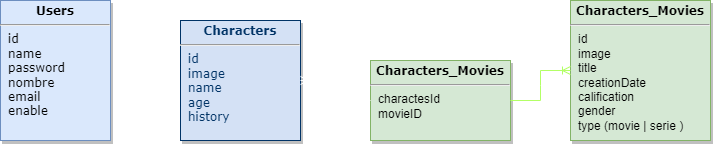
This is db.png from alekusa/api_nodejs, a draw.io export, as it was before one commit. Source tidied: cells renumbered, new cells last; positions are measured from the earlier drawing's top-left corner, leaving out a move shared by most shapes.
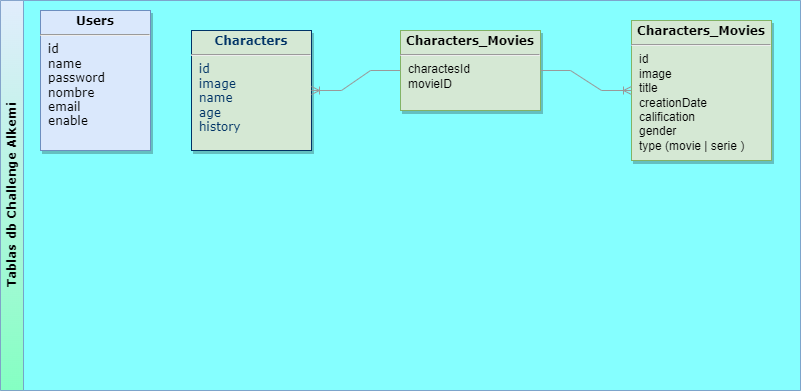
Above is the later version.

What changed in the source:
```diff
@@ -2,22 +2,25 @@
   <root>
     <mxCell id="0" />
     <mxCell id="1" parent="0" />
+    <mxCell id="8" value="Tablas db Challenge Alkemi" style="swimlane;horizontal=0;whiteSpace=wrap;html=1;fontFamily=Verdana;glass=0;opacity=80;fillColor=#dae8fc;strokeColor=#6c8ebf;fillStyle=auto;gradientColor=#66FFB3;swimlaneFillColor=#66FFFF;" parent="1" vertex="1">
+      <mxGeometry x="-11" width="800" height="390" as="geometry" />
+    </mxCell>
-    <mxCell id="2" value="&lt;p style=&quot;margin: 4px 0px 0px; text-align: center;&quot;&gt;&lt;strong style=&quot;&quot;&gt;Users&lt;/strong&gt;&lt;/p&gt;&lt;hr&gt;&lt;p style=&quot;margin: 0px; margin-left: 8px;&quot;&gt;id&lt;/p&gt;&lt;p style=&quot;margin: 0px; margin-left: 8px;&quot;&gt;name&lt;/p&gt;&lt;p style=&quot;margin: 0px; margin-left: 8px;&quot;&gt;password&lt;/p&gt;&lt;p style=&quot;margin: 0px; margin-left: 8px;&quot;&gt;&lt;span style=&quot;background-color: initial;&quot;&gt;nombre&lt;/span&gt;&lt;/p&gt;&lt;p style=&quot;margin: 0px; margin-left: 8px;&quot;&gt;&lt;span style=&quot;background-color: initial;&quot;&gt;email&lt;/span&gt;&lt;br&gt;&lt;/p&gt;&lt;p style=&quot;margin: 0px; margin-left: 8px;&quot;&gt;&lt;span style=&quot;background-color: initial;&quot;&gt;enable&lt;/span&gt;&lt;/p&gt;&lt;p style=&quot;margin: 0px; margin-left: 8px;&quot;&gt;&lt;span style=&quot;background-color: initial;&quot;&gt;&lt;br&gt;&lt;/span&gt;&lt;/p&gt;" style="verticalAlign=top;align=left;overflow=fill;fontSize=12;fontFamily=Verdana;html=1;strokeColor=#6c8ebf;shadow=1;fillColor=#dae8fc;direction=west;flipH=0;flipV=1;" parent="1" vertex="1">
-      <mxGeometry width="110" height="140" as="geometry" />
+    <mxCell id="2" value="&lt;p style=&quot;margin: 4px 0px 0px; text-align: center;&quot;&gt;&lt;strong style=&quot;&quot;&gt;Users&lt;/strong&gt;&lt;/p&gt;&lt;hr&gt;&lt;p style=&quot;margin: 0px; margin-left: 8px;&quot;&gt;id&lt;/p&gt;&lt;p style=&quot;margin: 0px; margin-left: 8px;&quot;&gt;name&lt;/p&gt;&lt;p style=&quot;margin: 0px; margin-left: 8px;&quot;&gt;password&lt;/p&gt;&lt;p style=&quot;margin: 0px; margin-left: 8px;&quot;&gt;&lt;span style=&quot;background-color: initial;&quot;&gt;nombre&lt;/span&gt;&lt;/p&gt;&lt;p style=&quot;margin: 0px; margin-left: 8px;&quot;&gt;&lt;span style=&quot;background-color: initial;&quot;&gt;email&lt;/span&gt;&lt;br&gt;&lt;/p&gt;&lt;p style=&quot;margin: 0px; margin-left: 8px;&quot;&gt;&lt;span style=&quot;background-color: initial;&quot;&gt;enable&lt;/span&gt;&lt;/p&gt;&lt;p style=&quot;margin: 0px; margin-left: 8px;&quot;&gt;&lt;span style=&quot;background-color: initial;&quot;&gt;&lt;br&gt;&lt;/span&gt;&lt;/p&gt;" style="verticalAlign=top;align=left;overflow=fill;fontSize=12;fontFamily=Verdana;html=1;strokeColor=#6c8ebf;shadow=1;fillColor=#dae8fc;direction=west;flipH=0;flipV=1;" parent="8" vertex="1">
+      <mxGeometry x="40" y="10" width="110" height="140" as="geometry" />
     </mxCell>
-    <mxCell id="3" value="&lt;p style=&quot;margin: 4px 0px 0px; text-align: center;&quot;&gt;&lt;b style=&quot;&quot;&gt;&lt;font style=&quot;&quot; face=&quot;Verdana&quot;&gt;Characters&lt;/font&gt;&lt;/b&gt;&lt;/p&gt;&lt;hr&gt;&lt;p style=&quot;margin: 0px; margin-left: 8px;&quot;&gt;&lt;font face=&quot;Verdana&quot;&gt;id&lt;/font&gt;&lt;/p&gt;&lt;p style=&quot;margin: 0px; margin-left: 8px;&quot;&gt;&lt;font face=&quot;Verdana&quot;&gt;image&lt;/font&gt;&lt;/p&gt;&lt;p style=&quot;margin: 0px; margin-left: 8px;&quot;&gt;&lt;font face=&quot;Verdana&quot;&gt;name&lt;/font&gt;&lt;/p&gt;&lt;p style=&quot;margin: 0px; margin-left: 8px;&quot;&gt;&lt;font face=&quot;Verdana&quot;&gt;age&lt;/font&gt;&lt;/p&gt;&lt;p style=&quot;margin: 0px; margin-left: 8px;&quot;&gt;&lt;font face=&quot;Verdana&quot;&gt;history&lt;/font&gt;&lt;/p&gt;" style="verticalAlign=top;align=left;overflow=fill;fontSize=12;fontFamily=Helvetica;html=1;strokeColor=#003366;shadow=1;fillColor=#D4E1F5;fontColor=#003366;" parent="1" vertex="1">
-      <mxGeometry x="180" y="20" width="120" height="120" as="geometry" />
+    <mxCell id="3" value="&lt;p style=&quot;margin: 4px 0px 0px; text-align: center;&quot;&gt;&lt;b style=&quot;&quot;&gt;&lt;font style=&quot;&quot; face=&quot;Verdana&quot;&gt;Characters&lt;/font&gt;&lt;/b&gt;&lt;/p&gt;&lt;hr&gt;&lt;p style=&quot;margin: 0px; margin-left: 8px;&quot;&gt;&lt;font face=&quot;Verdana&quot;&gt;id&lt;/font&gt;&lt;/p&gt;&lt;p style=&quot;margin: 0px; margin-left: 8px;&quot;&gt;&lt;font face=&quot;Verdana&quot;&gt;image&lt;/font&gt;&lt;/p&gt;&lt;p style=&quot;margin: 0px; margin-left: 8px;&quot;&gt;&lt;font face=&quot;Verdana&quot;&gt;name&lt;/font&gt;&lt;/p&gt;&lt;p style=&quot;margin: 0px; margin-left: 8px;&quot;&gt;&lt;font face=&quot;Verdana&quot;&gt;age&lt;/font&gt;&lt;/p&gt;&lt;p style=&quot;margin: 0px; margin-left: 8px;&quot;&gt;&lt;font face=&quot;Verdana&quot;&gt;history&lt;/font&gt;&lt;/p&gt;" style="verticalAlign=top;align=left;overflow=fill;fontSize=12;fontFamily=Helvetica;html=1;strokeColor=#003366;shadow=1;fillColor=#D5E8D4;fontColor=#003366;" parent="8" vertex="1">
+      <mxGeometry x="191" y="30" width="120" height="120" as="geometry" />
     </mxCell>
+    <mxCell id="5" value="&lt;p style=&quot;margin: 4px 0px 0px; text-align: center;&quot;&gt;&lt;b style=&quot;&quot;&gt;&lt;font style=&quot;&quot; face=&quot;Verdana&quot;&gt;Characters_Movies&lt;/font&gt;&lt;/b&gt;&lt;/p&gt;&lt;hr&gt;&lt;p style=&quot;margin: 0px; margin-left: 8px;&quot;&gt;id&lt;/p&gt;&lt;p style=&quot;margin: 0px; margin-left: 8px;&quot;&gt;image&lt;/p&gt;&lt;p style=&quot;margin: 0px; margin-left: 8px;&quot;&gt;title&lt;/p&gt;&lt;p style=&quot;margin: 0px; margin-left: 8px;&quot;&gt;creationDate&lt;/p&gt;&lt;p style=&quot;margin: 0px; margin-left: 8px;&quot;&gt;calification&lt;/p&gt;&lt;p style=&quot;margin: 0px; margin-left: 8px;&quot;&gt;gender&lt;/p&gt;&lt;p style=&quot;margin: 0px; margin-left: 8px;&quot;&gt;type (movie | serie )&lt;/p&gt;&lt;p style=&quot;margin: 0px; margin-left: 8px;&quot;&gt;&lt;br&gt;&lt;/p&gt;" style="verticalAlign=top;align=left;overflow=fill;fontSize=12;fontFamily=Helvetica;html=1;strokeColor=#82b366;shadow=1;fillColor=#d5e8d4;" parent="8" vertex="1">
+      <mxGeometry x="631" y="20" width="140" height="140" as="geometry" />
+    </mxCell>
-    <mxCell id="4" value="&lt;p style=&quot;margin: 4px 0px 0px; text-align: center;&quot;&gt;&lt;b style=&quot;&quot;&gt;&lt;font style=&quot;&quot; face=&quot;Verdana&quot;&gt;Characters_Movies&lt;/font&gt;&lt;/b&gt;&lt;/p&gt;&lt;hr&gt;&lt;p style=&quot;margin: 0px; margin-left: 8px;&quot;&gt;charactesId&lt;/p&gt;&lt;p style=&quot;margin: 0px; margin-left: 8px;&quot;&gt;movieID&lt;/p&gt;" style="verticalAlign=top;align=left;overflow=fill;fontSize=12;fontFamily=Helvetica;html=1;strokeColor=#82b366;shadow=1;fillColor=#d5e8d4;" parent="1" vertex="1">
-      <mxGeometry x="370" y="60" width="140" height="80" as="geometry" />
+    <mxCell id="4" value="&lt;p style=&quot;margin: 4px 0px 0px; text-align: center;&quot;&gt;&lt;b style=&quot;&quot;&gt;&lt;font style=&quot;&quot; face=&quot;Verdana&quot;&gt;Characters_Movies&lt;/font&gt;&lt;/b&gt;&lt;/p&gt;&lt;hr&gt;&lt;p style=&quot;margin: 0px; margin-left: 8px;&quot;&gt;charactesId&lt;/p&gt;&lt;p style=&quot;margin: 0px; margin-left: 8px;&quot;&gt;movieID&lt;/p&gt;" style="verticalAlign=top;align=left;overflow=fill;fontSize=12;fontFamily=Helvetica;html=1;strokeColor=#82b366;shadow=1;fillColor=#d5e8d4;" parent="8" vertex="1">
+      <mxGeometry x="400" y="30" width="140" height="80" as="geometry" />
     </mxCell>
-    <mxCell id="5" value="&lt;p style=&quot;margin: 4px 0px 0px; text-align: center;&quot;&gt;&lt;b style=&quot;&quot;&gt;&lt;font style=&quot;&quot; face=&quot;Verdana&quot;&gt;Characters_Movies&lt;/font&gt;&lt;/b&gt;&lt;/p&gt;&lt;hr&gt;&lt;p style=&quot;margin: 0px; margin-left: 8px;&quot;&gt;id&lt;/p&gt;&lt;p style=&quot;margin: 0px; margin-left: 8px;&quot;&gt;image&lt;/p&gt;&lt;p style=&quot;margin: 0px; margin-left: 8px;&quot;&gt;title&lt;/p&gt;&lt;p style=&quot;margin: 0px; margin-left: 8px;&quot;&gt;creationDate&lt;/p&gt;&lt;p style=&quot;margin: 0px; margin-left: 8px;&quot;&gt;calification&lt;/p&gt;&lt;p style=&quot;margin: 0px; margin-left: 8px;&quot;&gt;gender&lt;/p&gt;&lt;p style=&quot;margin: 0px; margin-left: 8px;&quot;&gt;type (movie | serie )&lt;/p&gt;&lt;p style=&quot;margin: 0px; margin-left: 8px;&quot;&gt;&lt;br&gt;&lt;/p&gt;" style="verticalAlign=top;align=left;overflow=fill;fontSize=12;fontFamily=Helvetica;html=1;strokeColor=#82b366;shadow=1;fillColor=#d5e8d4;" parent="1" vertex="1">
-      <mxGeometry x="570" width="140" height="140" as="geometry" />
-    </mxCell>
-    <mxCell id="6" style="edgeStyle=entityRelationEdgeStyle;fontSize=12;html=1;endArrow=ERoneToMany;rounded=0;fontFamily=Verdana;strokeColor=#B3FF66;" parent="1" edge="1" source="4" target="5">
+    <mxCell id="6" style="edgeStyle=entityRelationEdgeStyle;fontSize=12;html=1;endArrow=ERoneToMany;rounded=0;fontFamily=Verdana;strokeColor=#999999;" parent="8" edge="1" source="4" target="5">
       <mxGeometry relative="1" as="geometry" />
     </mxCell>
-    <mxCell id="7" style="edgeStyle=entityRelationEdgeStyle;fontSize=12;html=1;endArrow=ERoneToMany;rounded=0;fontFamily=Verdana;exitX=0;exitY=0.5;exitDx=0;exitDy=0;strokeColor=#FFFFFF;" parent="1" edge="1" source="4" target="3">
+    <mxCell id="7" style="edgeStyle=entityRelationEdgeStyle;fontSize=12;html=1;endArrow=ERoneToMany;rounded=0;fontFamily=Verdana;exitX=0;exitY=0.5;exitDx=0;exitDy=0;strokeColor=#999999;" parent="8" edge="1" source="4" target="3">
       <mxGeometry relative="1" as="geometry" />
     </mxCell>
   </root>
```
